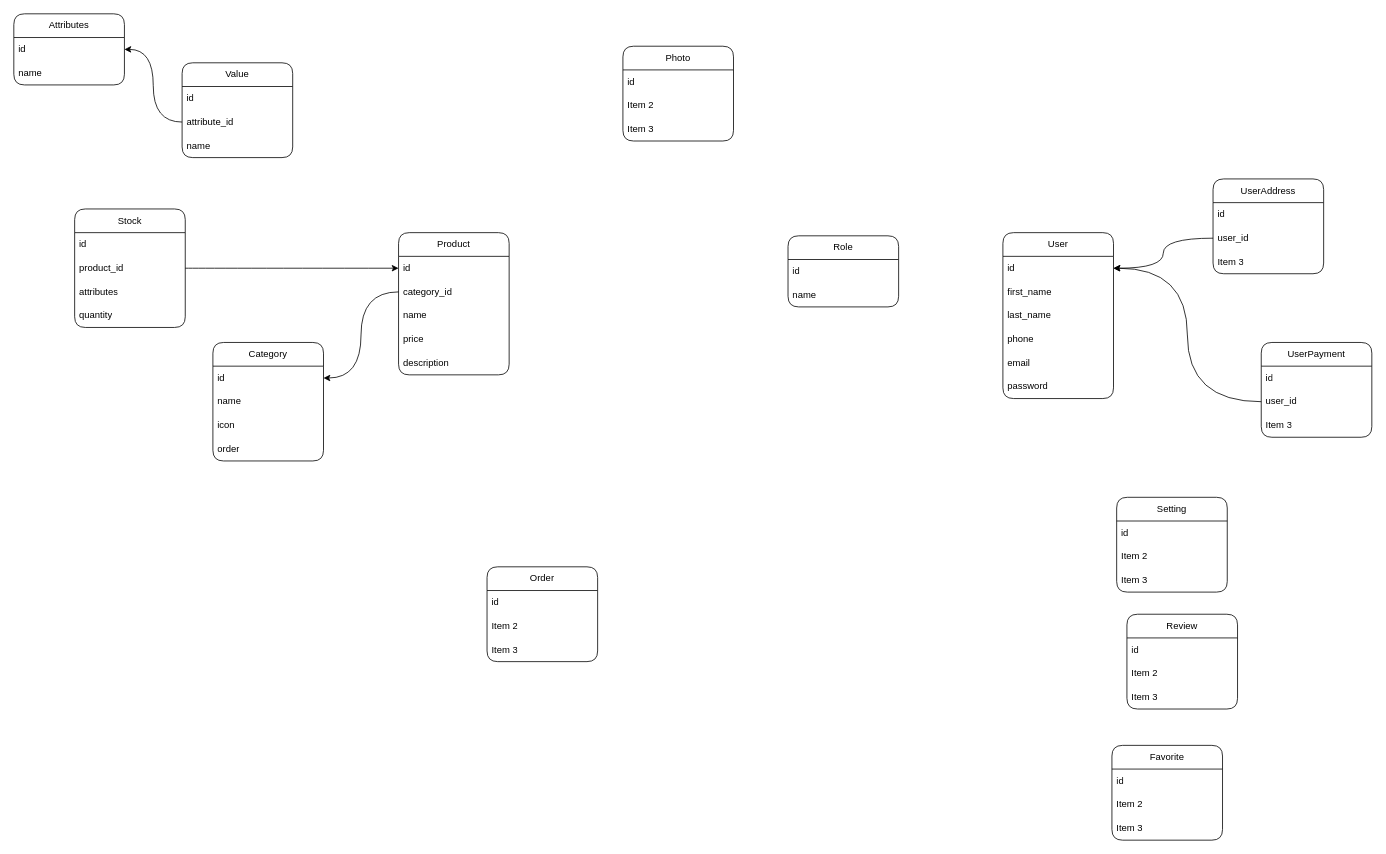
Before: e-commerce.drawio in kudratov25/laravel.api, a draw.io diagram. Source tidied: cells renumbered, new cells numbered last; positions are measured from the earlier drawing's top-left corner, leaving out a move shared by most shapes. Both pictures are drawn from the tidied source at 79%, with x=0, y=0 at pixel (13, 13).
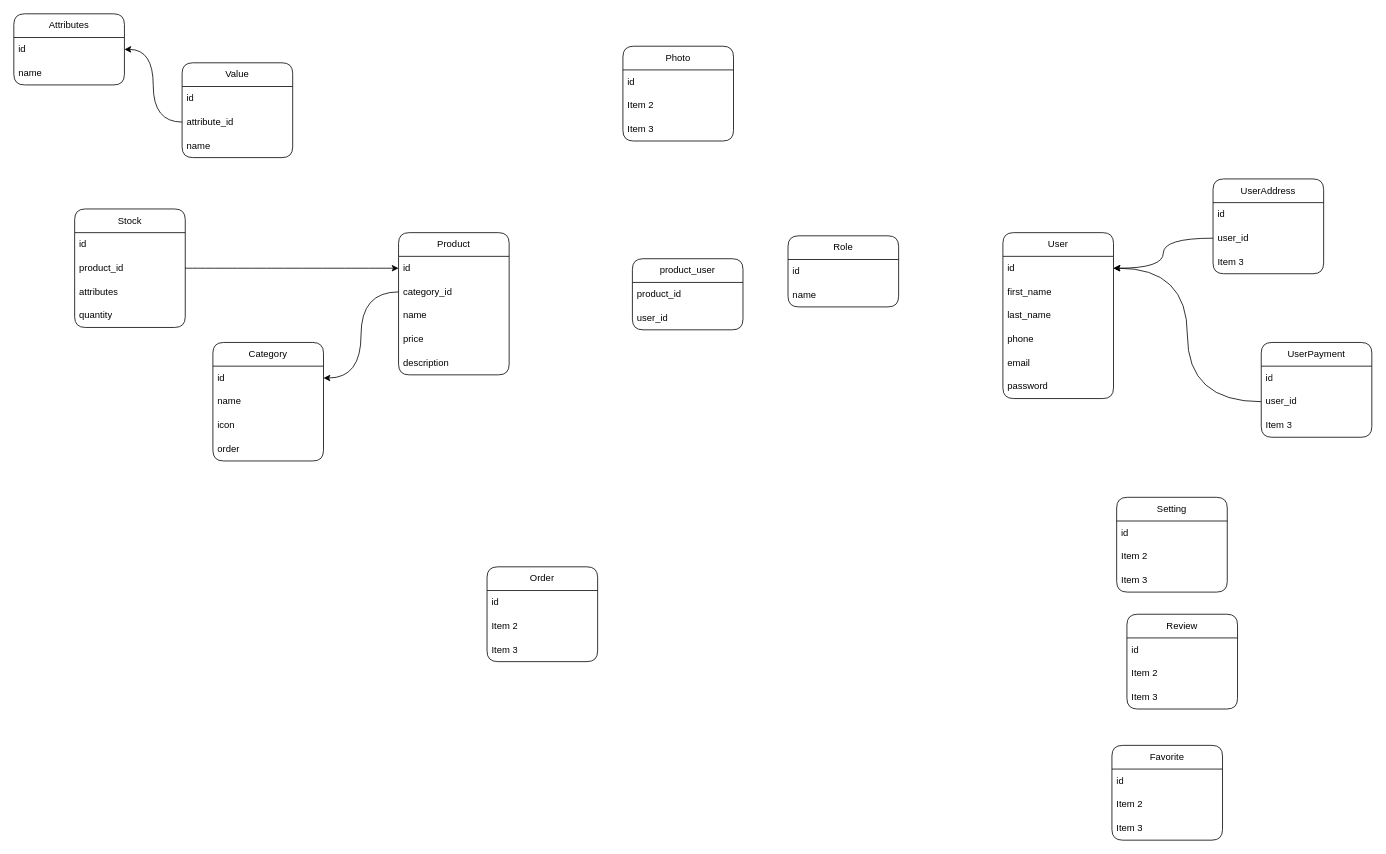
After the change.

The edit, as a diff of the source:
```diff
@@
+    <mxCell id="68" value="product_user" style="swimlane;fontStyle=0;horizontal=1;startSize=30;whiteSpace=wrap;html=1;rounded=1;" parent="1" vertex="1">
+      <mxGeometry x="783" y="310" width="140" height="90" as="geometry" />
+    </mxCell>
+    <mxCell id="69" value="product_id" style="text;strokeColor=none;fillColor=none;align=left;verticalAlign=middle;spacingLeft=4;spacingRight=4;overflow=hidden;whiteSpace=wrap;html=1;" parent="68" vertex="1">
+      <mxGeometry y="30" width="140" height="30" as="geometry" />
+    </mxCell>
+    <mxCell id="70" value="user_id" style="text;strokeColor=none;fillColor=none;align=left;verticalAlign=middle;spacingLeft=4;spacingRight=4;overflow=hidden;whiteSpace=wrap;html=1;" parent="68" vertex="1">
+      <mxGeometry y="60" width="140" height="30" as="geometry" />
+    </mxCell>
```
